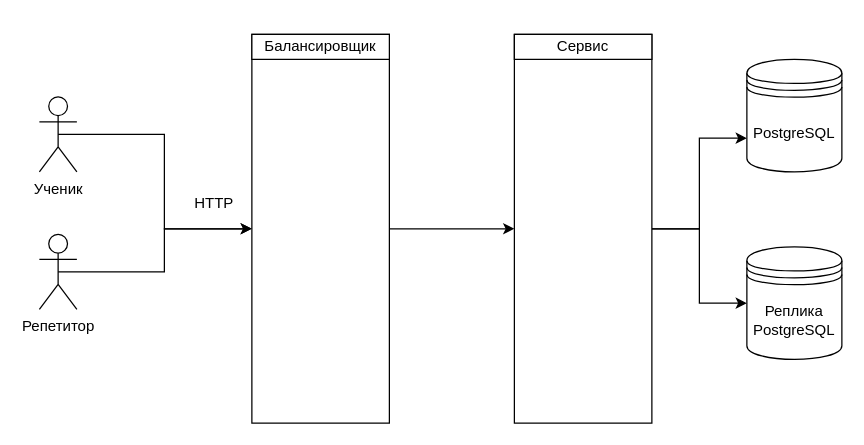
Earlier version of the draw.io diagram page "Страница-1" (1 of 2) of 2.drawio (Vilgiz/Draw.io). Source tidied: cells renumbered, new cells numbered last; positions are measured from the earlier drawing's top-left corner, leaving out a move shared by most shapes. Both pictures are drawn from the tidied source at 125%, with x=0, y=0 at pixel (39, 34).
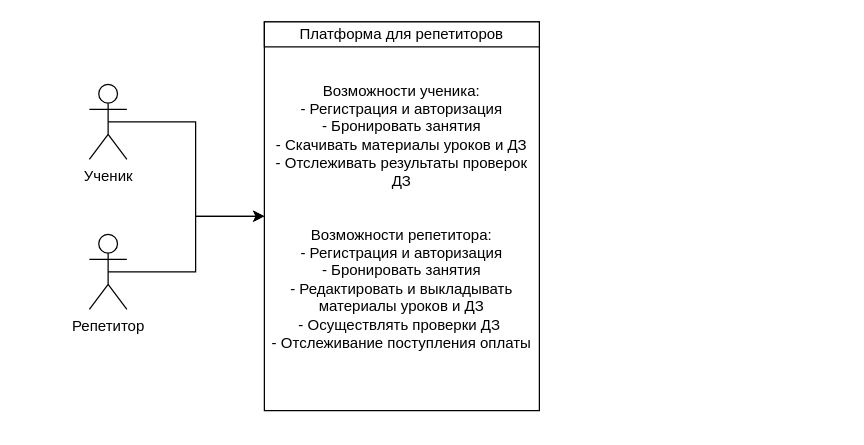
After the change.

Change to the diagram source:
```diff
@@
 <mxGraphModel>
   <root>
     <mxCell id="0" />
     <mxCell id="1" parent="0" />
-    <mxCell id="2" style="edgeStyle=orthogonalEdgeStyle;rounded=0;jettySize=auto;html=1;exitX=0.5;exitY=0.5;exitDx=0;exitDy=0;exitPerimeter=0;entryX=0;entryY=0.5;entryDx=0;entryDy=0;" parent="1" edge="1" source="3" target="10">
-      <mxGeometry relative="1" as="geometry" />
-    </mxCell>
+    <mxCell id="16" style="edgeStyle=orthogonalEdgeStyle;rounded=0;jettySize=auto;html=1;exitX=0.5;exitY=0.5;exitDx=0;exitDy=0;exitPerimeter=0;entryX=0;entryY=0.5;entryDx=0;entryDy=0;" parent="1" edge="1" source="3" target="8">
+      <mxGeometry relative="1" as="geometry" />
+    </mxCell>
     <mxCell id="3" value="Репетитор" style="shape=umlActor;verticalLabelPosition=bottom;verticalAlign=top;html=1;outlineConnect=0;" parent="1" vertex="1">
-      <mxGeometry y="160" width="30" height="60" as="geometry" />
+      <mxGeometry x="40" y="160" width="30" height="60" as="geometry" />
     </mxCell>
-    <mxCell id="4" style="edgeStyle=orthogonalEdgeStyle;rounded=0;jettySize=auto;html=1;exitX=0.5;exitY=0.5;exitDx=0;exitDy=0;exitPerimeter=0;entryX=0;entryY=0.5;entryDx=0;entryDy=0;" parent="1" edge="1" source="5" target="10">
-      <mxGeometry relative="1" as="geometry" />
-    </mxCell>
+    <mxCell id="17" style="edgeStyle=orthogonalEdgeStyle;rounded=0;jettySize=auto;html=1;exitX=0.5;exitY=0.5;exitDx=0;exitDy=0;exitPerimeter=0;" parent="1" edge="1" source="5" target="8">
+      <mxGeometry relative="1" as="geometry" />
+    </mxCell>
     <mxCell id="5" value="Ученик" style="shape=umlActor;verticalLabelPosition=bottom;verticalAlign=top;html=1;outlineConnect=0;" parent="1" vertex="1">
-      <mxGeometry y="50" width="30" height="60" as="geometry" />
+      <mxGeometry x="40" y="40" width="30" height="60" as="geometry" />
     </mxCell>
-    <mxCell id="6" style="edgeStyle=orthogonalEdgeStyle;rounded=0;jettySize=auto;html=1;exitX=1;exitY=0.5;exitDx=0;exitDy=0;entryX=0;entryY=0.7;entryDx=0;entryDy=0;" parent="1" edge="1" source="8" target="13">
-      <mxGeometry relative="1" as="geometry" />
-    </mxCell>
-    <mxCell id="7" style="edgeStyle=orthogonalEdgeStyle;rounded=0;jettySize=auto;html=1;exitX=1;exitY=0.5;exitDx=0;exitDy=0;entryX=0;entryY=0.5;entryDx=0;entryDy=0;" parent="1" edge="1" source="8" target="14">
-      <mxGeometry relative="1" as="geometry" />
-    </mxCell>
-    <mxCell id="8" style="rounded=0;whiteSpace=wrap;html=1;" parent="1" vertex="1">
-      <mxGeometry x="380" width="110" height="311" as="geometry" />
+    <mxCell id="8" value="Возможности ученика:&lt;div&gt;- Регистрация и авторизация&lt;br&gt;&lt;div&gt;- Бронировать занятия&lt;br&gt;&lt;div&gt;- Скачивать материалы уроков и ДЗ&lt;br&gt;- Отслеживать результаты проверок ДЗ&lt;/div&gt;&lt;div&gt;&lt;br&gt;&lt;/div&gt;&lt;div&gt;&lt;br&gt;&lt;/div&gt;&lt;div&gt;Возможности репетитора:&lt;div&gt;- Регистрация и авторизация&lt;br&gt;&lt;div&gt;- Бронировать занятия&lt;br&gt;&lt;div&gt;- Редактировать и выкладывать материалы уроков и ДЗ&lt;br&gt;- Осуществлять проверки ДЗ&lt;span style=&quot;background-color: transparent; color: light-dark(rgb(0, 0, 0), rgb(255, 255, 255));&quot;&gt;&amp;nbsp;&lt;/span&gt;&lt;/div&gt;&lt;/div&gt;&lt;/div&gt;&lt;/div&gt;&lt;/div&gt;&lt;/div&gt;&lt;div&gt;- Отслеживание поступления оплаты&lt;/div&gt;" style="rounded=0;whiteSpace=wrap;html=1;" parent="1" vertex="1">
+      <mxGeometry x="180" y="-10" width="220" height="311" as="geometry" />
     </mxCell>
-    <mxCell id="9" style="edgeStyle=orthogonalEdgeStyle;rounded=0;jettySize=auto;html=1;exitX=1;exitY=0.5;exitDx=0;exitDy=0;entryX=0;entryY=0.5;entryDx=0;entryDy=0;" parent="1" edge="1" source="10" target="8">
-      <mxGeometry relative="1" as="geometry" />
-    </mxCell>
-    <mxCell id="10" style="rounded=0;whiteSpace=wrap;html=1;" parent="1" vertex="1">
-      <mxGeometry x="170" width="110" height="311" as="geometry" />
-    </mxCell>
-    <mxCell id="11" value="Балансировщик" style="rounded=0;whiteSpace=wrap;html=1;" parent="1" vertex="1">
-      <mxGeometry x="170" width="110" height="20" as="geometry" />
-    </mxCell>
-    <mxCell id="12" value="Сервис" style="rounded=0;whiteSpace=wrap;html=1;" parent="1" vertex="1">
-      <mxGeometry x="380" width="110" height="20" as="geometry" />
+    <mxCell id="12" value="Платформа для репетиторов" style="rounded=0;whiteSpace=wrap;html=1;" parent="1" vertex="1">
+      <mxGeometry x="180" y="-10" width="220" height="20" as="geometry" />
     </mxCell>
-    <mxCell id="13" value="PostgreSQL" style="shape=datastore;whiteSpace=wrap;html=1;" parent="1" vertex="1">
-      <mxGeometry x="566" y="20" width="76" height="90" as="geometry" />
-    </mxCell>
-    <mxCell id="14" value="Реплика&lt;br&gt;PostgreSQL" style="shape=datastore;whiteSpace=wrap;html=1;" parent="1" vertex="1">
-      <mxGeometry x="566" y="170" width="76" height="90" as="geometry" />
-    </mxCell>
-    <mxCell id="15" value="НTTP" style="text;html=1;whiteSpace=wrap;strokeColor=none;fillColor=none;align=center;verticalAlign=middle;rounded=0;" parent="1" vertex="1">
-      <mxGeometry x="110" y="120" width="60" height="30" as="geometry" />
-    </mxCell>
   </root>
 </mxGraphModel>
```
